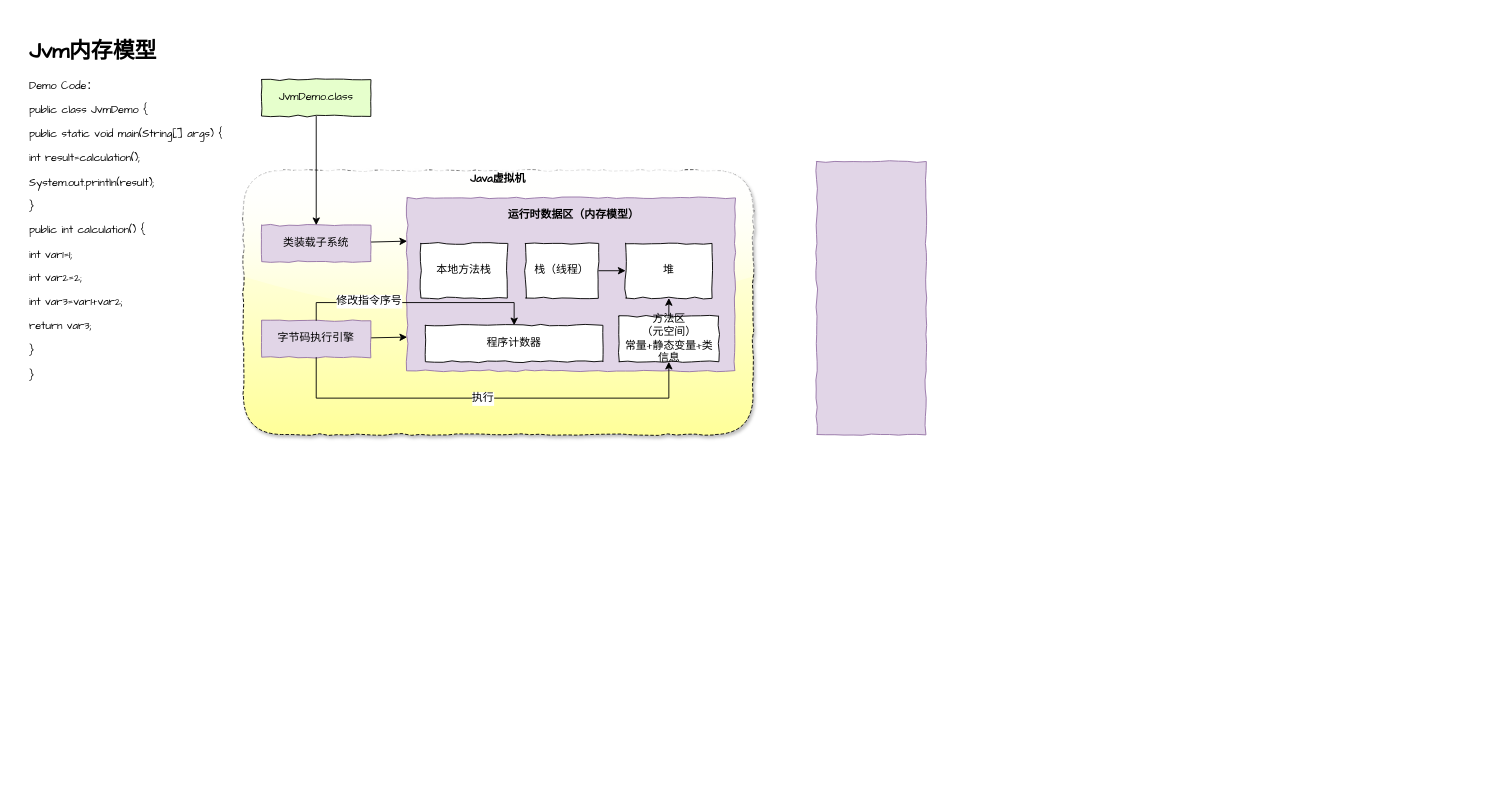
Earlier version of the draw.io diagram draw.io/Java学习笔记-JVM.drawio (risfeng/resources). Source tidied: cells renumbered, new cells numbered last; positions are measured from the earlier drawing's top-left corner, leaving out a move shared by most shapes. Both pictures are drawn from the tidied source at 91%, with x=0, y=0 at pixel (25, 34).
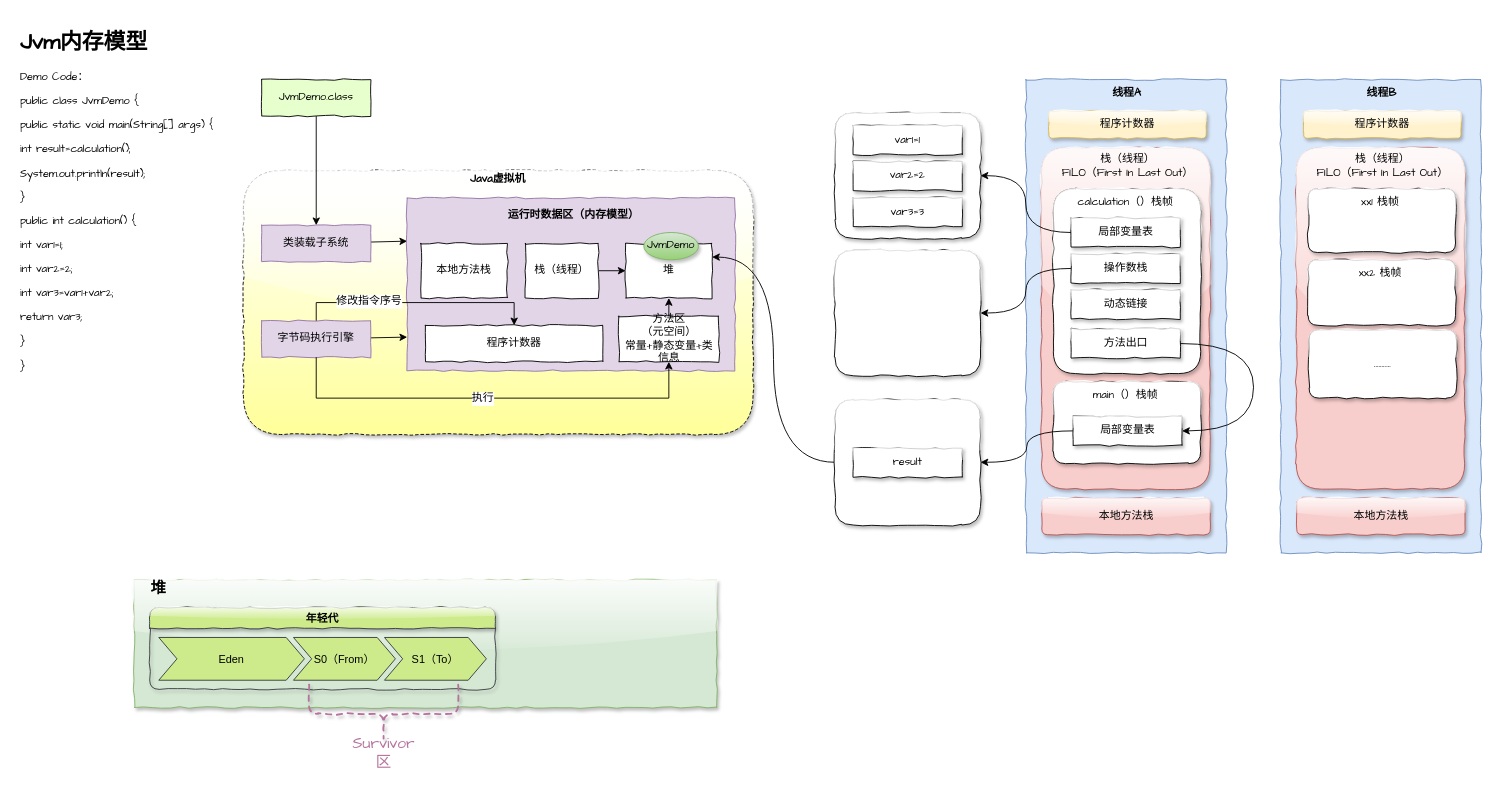
Above is the later version.

Commit message (it also covers changes not shown here):
更新Java学习笔记-JVM.drawio

The change refers to these unchanged cells:
```xml
<mxCell id="15" value="堆" style="rounded=0;whiteSpace=wrap;html=1;comic=1;fontFamily=Comic Sans MS;" parent="3" vertex="1">
  <mxGeometry x="420" y="80" width="95" height="60" as="geometry" />
</mxCell>
```

What changed in the source:
```diff
@@
     <mxCell id="2" value="&lt;h1&gt;Jvm内存模型&lt;/h1&gt;&lt;p&gt;Demo Code：&lt;/p&gt;&lt;p&gt;public class JvmDemo {&lt;/p&gt;&lt;p&gt;public static void main(String[] args)&amp;nbsp;&lt;span&gt;{&lt;/span&gt;&lt;/p&gt;&lt;p&gt;int result=calculation();&lt;/p&gt;&lt;p&gt;System.out.println(result);&lt;/p&gt;&lt;p&gt;}&lt;/p&gt;&lt;p&gt;&lt;span&gt;public int calculation()&amp;nbsp;&lt;/span&gt;&lt;span&gt;{&lt;/span&gt;&lt;/p&gt;&lt;p&gt;int var1=1;&lt;/p&gt;&lt;p&gt;int var2=2;&lt;/p&gt;&lt;p&gt;int var3=var1+var2;&lt;/p&gt;&lt;p&gt;return var3;&lt;/p&gt;&lt;p&gt;}&lt;/p&gt;&lt;p&gt;}&lt;/p&gt;" style="text;html=1;strokeColor=none;fillColor=none;spacing=5;spacingTop=-20;whiteSpace=wrap;overflow=hidden;rounded=0;fontFamily=Comic Sans MS;comic=1;" parent="1" vertex="1">
-      <mxGeometry width="260" height="440" as="geometry" />
+      <mxGeometry x="-10" y="-10" width="260" height="440" as="geometry" />
     </mxCell>
@@
-    <mxCell id="25" style="rounded=0;whiteSpace=wrap;html=1;comic=1;fontFamily=Comic Sans MS;fillColor=#e1d5e7;strokeColor=#9673a6;" parent="1" vertex="1">
-      <mxGeometry x="870" y="140" width="120" height="300" as="geometry" />
+    <mxCell id="25" style="rounded=0;whiteSpace=wrap;html=1;comic=1;fontFamily=Comic Sans MS;fillColor=#dae8fc;strokeColor=#6c8ebf;" parent="1" vertex="1">
+      <mxGeometry x="1100" y="50" width="220" height="520" as="geometry" />
     </mxCell>
+    <mxCell id="26" value="线程A" style="text;html=1;strokeColor=none;fillColor=none;align=center;verticalAlign=middle;whiteSpace=wrap;rounded=1;comic=1;fontFamily=Comic Sans MS;fontStyle=1;glass=1;shadow=1;" parent="1" vertex="1">
+      <mxGeometry x="1176" y="54.5" width="70" height="20" as="geometry" />
+    </mxCell>
+    <mxCell id="27" style="rounded=1;whiteSpace=wrap;html=1;shadow=1;glass=1;comic=1;fontFamily=Comic Sans MS;fillColor=#f8cecc;strokeColor=#b85450;" parent="1" vertex="1">
+      <mxGeometry x="1117" y="125" width="185" height="375" as="geometry" />
+    </mxCell>
+    <mxCell id="28" value="程序计数器" style="rounded=1;whiteSpace=wrap;html=1;shadow=1;glass=1;comic=1;fontFamily=Comic Sans MS;fillColor=#fff2cc;strokeColor=#d6b656;" parent="1" vertex="1">
+      <mxGeometry x="1125" y="84.5" width="173" height="30" as="geometry" />
+    </mxCell>
+    <mxCell id="29" value="栈（线程）&lt;br&gt;FILO（First In Last Out）" style="text;html=1;strokeColor=none;fillColor=none;align=center;verticalAlign=middle;whiteSpace=wrap;rounded=1;comic=1;fontFamily=Comic Sans MS;fontStyle=0;glass=1;shadow=1;" parent="1" vertex="1">
+      <mxGeometry x="1126.5" y="129.5" width="170" height="30" as="geometry" />
+    </mxCell>
+    <mxCell id="30" style="rounded=1;whiteSpace=wrap;html=1;shadow=1;glass=1;comic=1;fontFamily=Comic Sans MS;" parent="1" vertex="1">
+      <mxGeometry x="1130" y="170" width="162" height="203" as="geometry" />
+    </mxCell>
+    <mxCell id="31" value="calculation（）栈帧" style="text;html=1;strokeColor=none;fillColor=none;align=center;verticalAlign=middle;whiteSpace=wrap;rounded=1;comic=1;fontFamily=Comic Sans MS;fontStyle=0;glass=1;shadow=1;" parent="1" vertex="1">
+      <mxGeometry x="1143" y="174.5" width="133" height="20" as="geometry" />
+    </mxCell>
+    <mxCell id="32" style="edgeStyle=orthogonalEdgeStyle;curved=1;rounded=0;jettySize=auto;html=1;fontFamily=Comic Sans MS;" parent="1" edge="1" source="33" target="44">
+      <mxGeometry relative="1" as="geometry" />
+    </mxCell>
+    <mxCell id="33" value="局部变量表" style="rounded=0;whiteSpace=wrap;html=1;shadow=1;glass=1;comic=1;fontFamily=Comic Sans MS;" parent="1" vertex="1">
+      <mxGeometry x="1149.5" y="202" width="120" height="32" as="geometry" />
+    </mxCell>
+    <mxCell id="34" style="edgeStyle=orthogonalEdgeStyle;curved=1;rounded=0;jettySize=auto;html=1;fontFamily=Comic Sans MS;" parent="1" edge="1" source="35" target="48">
+      <mxGeometry relative="1" as="geometry" />
+    </mxCell>
+    <mxCell id="35" value="操作数栈" style="rounded=0;whiteSpace=wrap;html=1;shadow=1;glass=1;comic=1;fontFamily=Comic Sans MS;" parent="1" vertex="1">
+      <mxGeometry x="1149.5" y="241.5" width="120" height="32" as="geometry" />
+    </mxCell>
+    <mxCell id="36" value="方法出口" style="rounded=0;whiteSpace=wrap;html=1;shadow=1;glass=1;comic=1;fontFamily=Comic Sans MS;" parent="1" vertex="1">
+      <mxGeometry x="1149.5" y="324" width="120" height="32" as="geometry" />
+    </mxCell>
+    <mxCell id="37" value="动态链接" style="rounded=0;whiteSpace=wrap;html=1;shadow=1;glass=1;comic=1;fontFamily=Comic Sans MS;" parent="1" vertex="1">
+      <mxGeometry x="1149.5" y="281" width="120" height="32" as="geometry" />
+    </mxCell>
+    <mxCell id="38" style="rounded=1;whiteSpace=wrap;html=1;shadow=1;glass=1;comic=1;fontFamily=Comic Sans MS;" parent="1" vertex="1">
+      <mxGeometry x="1130" y="382" width="162" height="90" as="geometry" />
+    </mxCell>
+    <mxCell id="39" value="main（）栈帧" style="text;html=1;strokeColor=none;fillColor=none;align=center;verticalAlign=middle;whiteSpace=wrap;rounded=1;comic=1;fontFamily=Comic Sans MS;fontStyle=0;glass=1;shadow=1;" parent="1" vertex="1">
+      <mxGeometry x="1143" y="386.5" width="133" height="20" as="geometry" />
+    </mxCell>
+    <mxCell id="40" style="edgeStyle=orthogonalEdgeStyle;curved=1;rounded=0;jettySize=auto;html=1;fontFamily=Comic Sans MS;" parent="1" edge="1" source="41" target="50">
+      <mxGeometry relative="1" as="geometry" />
+    </mxCell>
+    <mxCell id="41" value="局部变量表" style="rounded=0;whiteSpace=wrap;html=1;shadow=1;glass=1;comic=1;fontFamily=Comic Sans MS;" parent="1" vertex="1">
+      <mxGeometry x="1151.5" y="420" width="120" height="32" as="geometry" />
+    </mxCell>
+    <mxCell id="42" style="edgeStyle=orthogonalEdgeStyle;curved=1;rounded=0;jettySize=auto;html=1;entryX=1;entryY=0.5;entryDx=0;entryDy=0;fontFamily=Comic Sans MS;exitX=1;exitY=0.5;exitDx=0;exitDy=0;" parent="1" edge="1" source="36" target="41">
+      <mxGeometry relative="1" as="geometry">
+        <Array as="points">
+          <mxPoint x="1350" y="340" />
+          <mxPoint x="1350" y="436" />
+        </Array>
+      </mxGeometry>
+    </mxCell>
+    <mxCell id="43" value="本地方法栈" style="rounded=1;whiteSpace=wrap;html=1;shadow=1;glass=1;comic=1;fontFamily=Comic Sans MS;fillColor=#f8cecc;strokeColor=#b85450;" parent="1" vertex="1">
+      <mxGeometry x="1117.5" y="510" width="185" height="40" as="geometry" />
+    </mxCell>
+    <mxCell id="44" style="rounded=1;whiteSpace=wrap;html=1;shadow=1;glass=1;comic=1;fontFamily=Comic Sans MS;" parent="1" vertex="1">
+      <mxGeometry x="890" y="86.5" width="160" height="138" as="geometry" />
+    </mxCell>
+    <mxCell id="45" value="var1=1" style="rounded=0;whiteSpace=wrap;html=1;shadow=1;glass=1;comic=1;fontFamily=Comic Sans MS;" parent="1" vertex="1">
+      <mxGeometry x="910" y="100.5" width="120" height="32" as="geometry" />
+    </mxCell>
+    <mxCell id="46" value="var2=2" style="rounded=0;whiteSpace=wrap;html=1;shadow=1;glass=1;comic=1;fontFamily=Comic Sans MS;" parent="1" vertex="1">
+      <mxGeometry x="910" y="140" width="120" height="32" as="geometry" />
+    </mxCell>
+    <mxCell id="47" value="var3=3" style="rounded=0;whiteSpace=wrap;html=1;shadow=1;glass=1;comic=1;fontFamily=Comic Sans MS;" parent="1" vertex="1">
+      <mxGeometry x="910" y="179.5" width="120" height="32" as="geometry" />
+    </mxCell>
+    <mxCell id="48" style="rounded=1;whiteSpace=wrap;html=1;shadow=1;glass=1;comic=1;fontFamily=Comic Sans MS;" parent="1" vertex="1">
+      <mxGeometry x="890" y="237.5" width="160" height="138" as="geometry" />
+    </mxCell>
+    <mxCell id="49" style="edgeStyle=orthogonalEdgeStyle;curved=1;rounded=0;jettySize=auto;html=1;entryX=1;entryY=0.25;entryDx=0;entryDy=0;fontFamily=Comic Sans MS;" parent="1" edge="1" source="50" target="15">
+      <mxGeometry relative="1" as="geometry" />
+    </mxCell>
+    <mxCell id="50" style="rounded=1;whiteSpace=wrap;html=1;shadow=1;glass=1;comic=1;fontFamily=Comic Sans MS;" parent="1" vertex="1">
+      <mxGeometry x="890" y="401.5" width="160" height="138" as="geometry" />
+    </mxCell>
+    <mxCell id="51" value="result" style="rounded=0;whiteSpace=wrap;html=1;shadow=1;glass=1;comic=1;fontFamily=Comic Sans MS;" parent="1" vertex="1">
+      <mxGeometry x="910" y="455" width="120" height="32" as="geometry" />
+    </mxCell>
+    <mxCell id="52" value="JvmDemo" style="ellipse;whiteSpace=wrap;html=1;rounded=1;shadow=1;glass=1;comic=1;fontFamily=Comic Sans MS;fillColor=#d5e8d4;strokeColor=#82b366;gradientColor=#97d077;" parent="1" vertex="1">
+      <mxGeometry x="680" y="218" width="60" height="30" as="geometry" />
+    </mxCell>
+    <mxCell id="53" style="rounded=0;whiteSpace=wrap;html=1;comic=1;fontFamily=Comic Sans MS;fillColor=#dae8fc;strokeColor=#6c8ebf;" parent="1" vertex="1">
+      <mxGeometry x="1380" y="50" width="220" height="520" as="geometry" />
+    </mxCell>
+    <mxCell id="54" value="线程B" style="text;html=1;strokeColor=none;fillColor=none;align=center;verticalAlign=middle;whiteSpace=wrap;rounded=1;comic=1;fontFamily=Comic Sans MS;fontStyle=1;glass=1;shadow=1;" parent="1" vertex="1">
+      <mxGeometry x="1456" y="54.5" width="70" height="20" as="geometry" />
+    </mxCell>
+    <mxCell id="55" style="rounded=1;whiteSpace=wrap;html=1;shadow=1;glass=1;comic=1;fontFamily=Comic Sans MS;fillColor=#f8cecc;strokeColor=#b85450;" parent="1" vertex="1">
+      <mxGeometry x="1397" y="125" width="185" height="375" as="geometry" />
+    </mxCell>
+    <mxCell id="56" value="程序计数器" style="rounded=1;whiteSpace=wrap;html=1;shadow=1;glass=1;comic=1;fontFamily=Comic Sans MS;fillColor=#fff2cc;strokeColor=#d6b656;" parent="1" vertex="1">
+      <mxGeometry x="1405" y="84.5" width="173" height="30" as="geometry" />
+    </mxCell>
+    <mxCell id="57" value="栈（线程）&lt;br&gt;FILO（First In Last Out）" style="text;html=1;strokeColor=none;fillColor=none;align=center;verticalAlign=middle;whiteSpace=wrap;rounded=1;comic=1;fontFamily=Comic Sans MS;fontStyle=0;glass=1;shadow=1;" parent="1" vertex="1">
+      <mxGeometry x="1406.5" y="129.5" width="170" height="30" as="geometry" />
+    </mxCell>
+    <mxCell id="58" style="rounded=1;whiteSpace=wrap;html=1;shadow=1;glass=1;comic=1;fontFamily=Comic Sans MS;" parent="1" vertex="1">
+      <mxGeometry x="1410" y="170" width="162" height="70" as="geometry" />
+    </mxCell>
+    <mxCell id="59" value="xx1 栈帧" style="text;html=1;strokeColor=none;fillColor=none;align=center;verticalAlign=middle;whiteSpace=wrap;rounded=1;comic=1;fontFamily=Comic Sans MS;fontStyle=0;glass=1;shadow=1;" parent="1" vertex="1">
+      <mxGeometry x="1423" y="174.5" width="133" height="20" as="geometry" />
+    </mxCell>
+    <mxCell id="60" style="rounded=1;whiteSpace=wrap;html=1;shadow=1;glass=1;comic=1;fontFamily=Comic Sans MS;" parent="1" vertex="1">
+      <mxGeometry x="1410" y="248" width="162" height="72" as="geometry" />
+    </mxCell>
+    <mxCell id="61" value="xx2 栈帧" style="text;html=1;strokeColor=none;fillColor=none;align=center;verticalAlign=middle;whiteSpace=wrap;rounded=1;comic=1;fontFamily=Comic Sans MS;fontStyle=0;glass=1;shadow=1;" parent="1" vertex="1">
+      <mxGeometry x="1423" y="252.5" width="133" height="20" as="geometry" />
+    </mxCell>
+    <mxCell id="62" value="本地方法栈" style="rounded=1;whiteSpace=wrap;html=1;shadow=1;glass=1;comic=1;fontFamily=Comic Sans MS;fillColor=#f8cecc;strokeColor=#b85450;" parent="1" vertex="1">
+      <mxGeometry x="1397.5" y="510" width="185" height="40" as="geometry" />
+    </mxCell>
+    <mxCell id="63" value="..........." style="rounded=1;whiteSpace=wrap;html=1;shadow=1;glass=1;comic=1;fontFamily=Comic Sans MS;" parent="1" vertex="1">
+      <mxGeometry x="1411" y="325" width="162" height="75" as="geometry" />
+    </mxCell>
+    <mxCell id="64" style="rounded=0;whiteSpace=wrap;html=1;shadow=1;glass=1;comic=1;fontFamily=Comic Sans MS;gradientColor=none;fillColor=#d5e8d4;strokeColor=#82b366;" parent="1" vertex="1">
+      <mxGeometry x="120" y="600" width="640" height="140" as="geometry" />
+    </mxCell>
+    <mxCell id="65" value="堆" style="text;html=1;strokeColor=none;fillColor=none;align=center;verticalAlign=middle;whiteSpace=wrap;rounded=0;shadow=1;glass=1;comic=1;fontFamily=Comic Sans MS;fontStyle=1;fontSize=17;" parent="1" vertex="1">
+      <mxGeometry x="127" y="600" width="40" height="20" as="geometry" />
+    </mxCell>
+    <mxCell id="66" value="年轻代" style="swimlane;horizontal=1;fillColor=#cdeb8b;strokeColor=#36393d;stackBorder=10;align=center;rounded=1;shadow=1;glass=1;comic=1;" parent="1" vertex="1">
+      <mxGeometry x="137" y="630" width="380" height="90" as="geometry" />
+    </mxCell>
+    <mxCell id="67" value="Eden" style="shape=step;perimeter=stepPerimeter;fixedSize=1;fillColor=#cdeb8b;strokeColor=#36393d;" parent="66" vertex="1">
+      <mxGeometry x="10" y="33" width="160" height="47" as="geometry" />
+    </mxCell>
+    <mxCell id="68" value="S0（From）" style="shape=step;perimeter=stepPerimeter;fixedSize=1;fillColor=#cdeb8b;strokeColor=#36393d;" parent="66" vertex="1">
+      <mxGeometry x="158" y="33" width="112" height="47" as="geometry" />
+    </mxCell>
+    <mxCell id="69" value="S1（To）" style="shape=step;perimeter=stepPerimeter;fixedSize=1;fillColor=#cdeb8b;strokeColor=#36393d;" parent="66" vertex="1">
+      <mxGeometry x="258" y="33" width="112" height="47" as="geometry" />
+    </mxCell>
+    <mxCell id="70" style="shape=curlyBracket;whiteSpace=wrap;html=1;rounded=1;shadow=1;glass=1;comic=1;fontFamily=Comic Sans MS;fontSize=17;rotation=-90;strokeWidth=2;dashed=1;strokeColor=#B5739D;" parent="1" vertex="1">
+      <mxGeometry x="362" y="665" width="64" height="164" as="geometry" />
+    </mxCell>
+    <mxCell id="71" value="Survivor区" style="text;html=1;strokeColor=none;fillColor=none;align=center;verticalAlign=middle;whiteSpace=wrap;rounded=0;shadow=1;glass=1;comic=1;fontFamily=Comic Sans MS;fontSize=17;fontColor=#B5739D;" parent="1" vertex="1">
+      <mxGeometry x="350.5" y="780" width="87" height="20" as="geometry" />
+    </mxCell>
```
